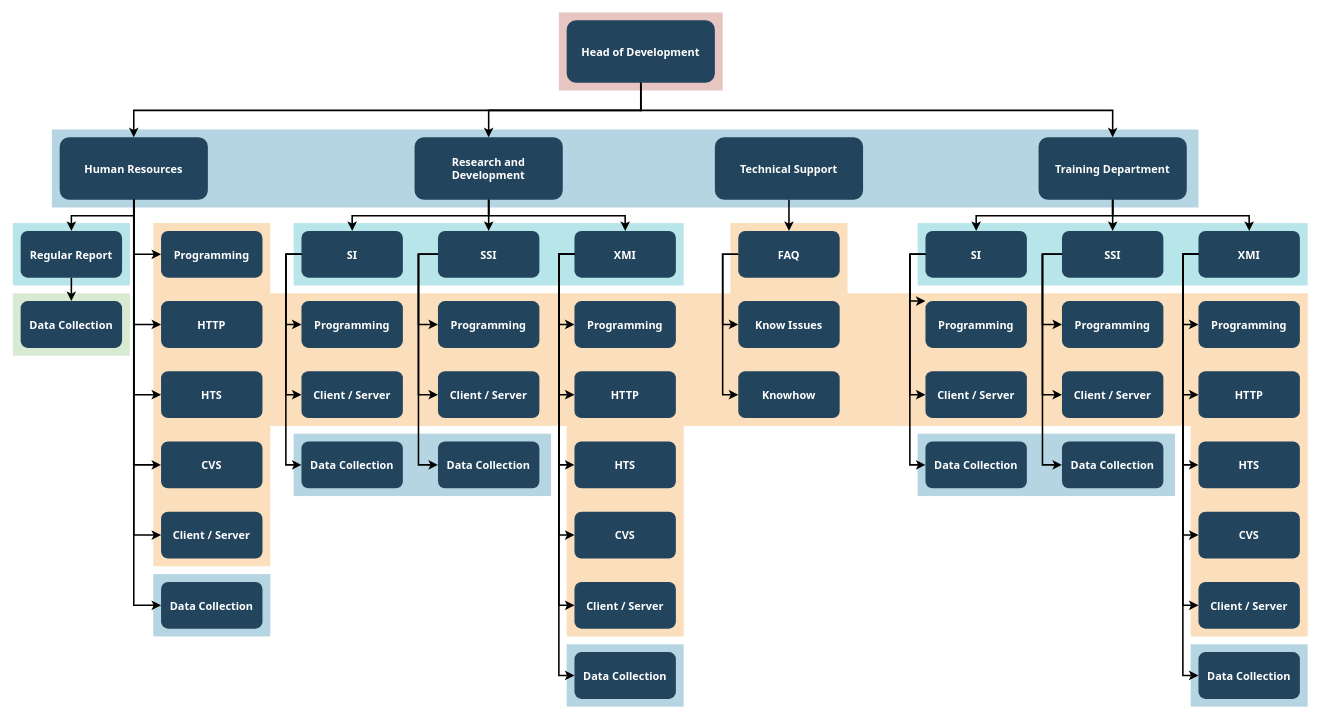
Earlier version of the draw.io diagram Untitled Diagram.drawio (SotoLish/diagrams). Source tidied: cells renumbered, new cells numbered last; positions are measured from the earlier drawing's top-left corner, leaving out a move shared by most shapes. Both pictures are drawn from the tidied source at 78%, with x=0, y=0 at pixel (12, 12).
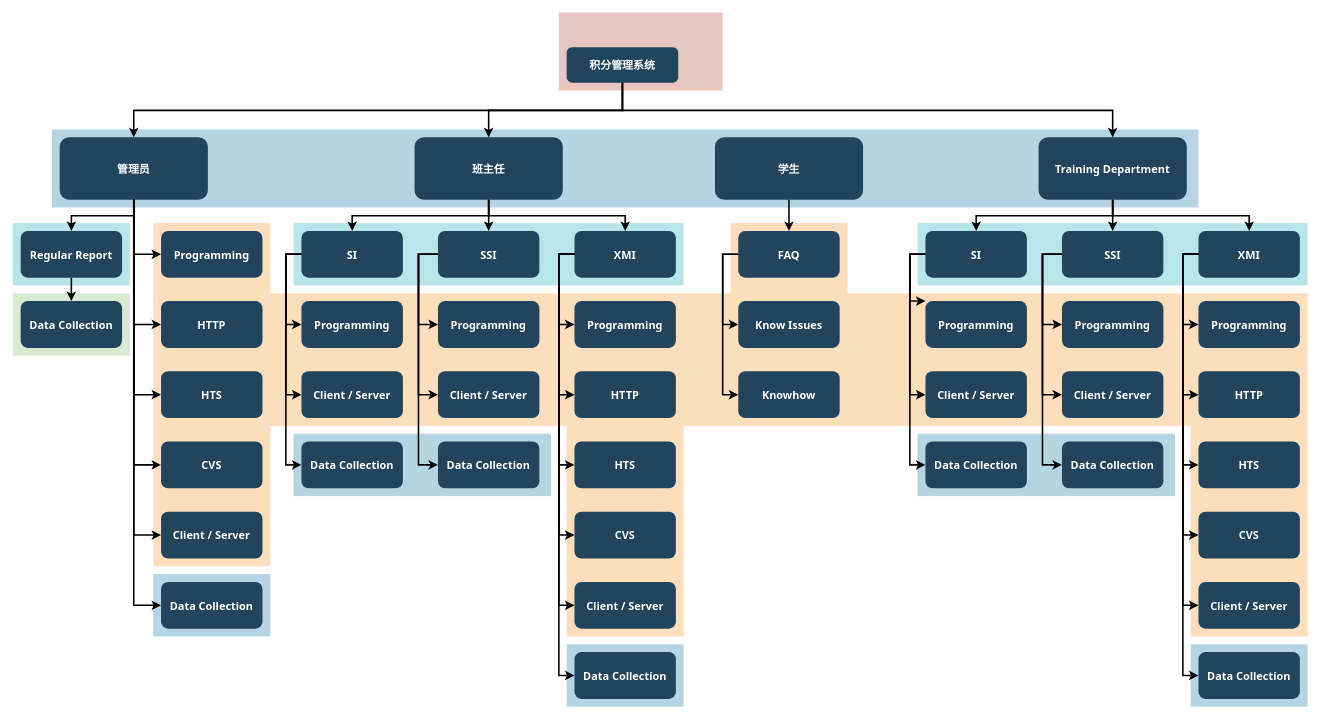
After the change.

What changed in the source:
```diff
@@
-    <mxCell id="18" value="Head of Development" style="rounded=1;fillColor=#23445D;gradientColor=none;strokeColor=none;fontColor=#FFFFFF;fontStyle=1;fontFamily=Tahoma;fontSize=14;" parent="1" vertex="1">
-      <mxGeometry x="710" y="9.5" width="190" height="80" as="geometry" />
+    <mxCell id="18" value="积分管理系统" style="rounded=1;fillColor=#23445D;gradientColor=none;strokeColor=none;fontColor=#FFFFFF;fontStyle=1;fontFamily=Tahoma;fontSize=14;" parent="1" vertex="1">
+      <mxGeometry x="710" y="44" width="143" height="45.5" as="geometry" />
     </mxCell>
@@
-    <mxCell id="21" value="Technical Support" style="rounded=1;fillColor=#23445D;gradientColor=none;strokeColor=none;fontColor=#FFFFFF;fontStyle=1;fontFamily=Tahoma;fontSize=14;" parent="1" vertex="1">
+    <mxCell id="21" value="学生" style="rounded=1;fillColor=#23445D;gradientColor=none;strokeColor=none;fontColor=#FFFFFF;fontStyle=1;fontFamily=Tahoma;fontSize=14;" parent="1" vertex="1">
       <mxGeometry x="900" y="159.5" width="190" height="80" as="geometry" />
     </mxCell>
-    <mxCell id="22" value="Research and &#10;Development" style="rounded=1;fillColor=#23445D;gradientColor=none;strokeColor=none;fontColor=#FFFFFF;fontStyle=1;fontFamily=Tahoma;fontSize=14;" parent="1" vertex="1">
+    <mxCell id="22" value="班主任" style="rounded=1;fillColor=#23445D;gradientColor=none;strokeColor=none;fontColor=#FFFFFF;fontStyle=1;fontFamily=Tahoma;fontSize=14;" parent="1" vertex="1">
       <mxGeometry x="515" y="159.5" width="190" height="80" as="geometry" />
     </mxCell>
-    <mxCell id="23" value="Human Resources" style="rounded=1;fillColor=#23445D;gradientColor=none;strokeColor=none;fontColor=#FFFFFF;fontStyle=1;fontFamily=Tahoma;fontSize=14;" parent="1" vertex="1">
+    <mxCell id="23" value="管理员" style="rounded=1;fillColor=#23445D;gradientColor=none;strokeColor=none;fontColor=#FFFFFF;fontStyle=1;fontFamily=Tahoma;fontSize=14;" parent="1" vertex="1">
       <mxGeometry x="60" y="159.5" width="190" height="80" as="geometry" />
     </mxCell>
```
